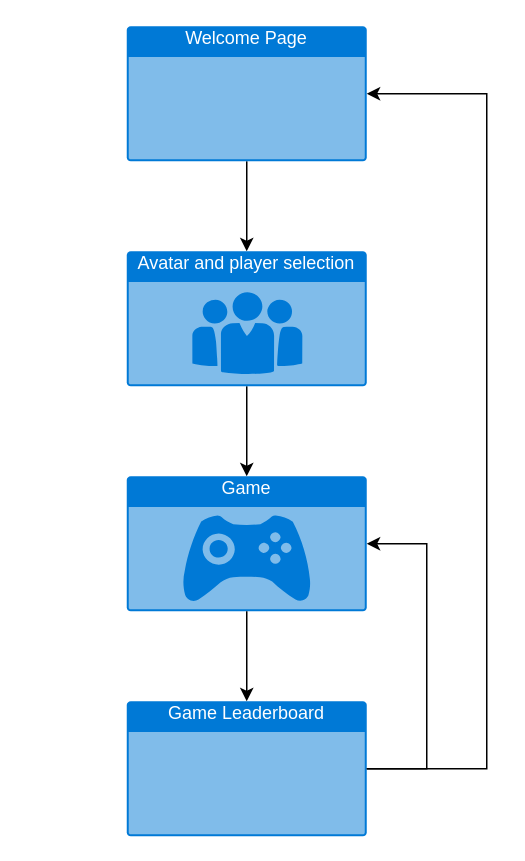
Above: src/welcomePage/ressources/draw.io/Game.drawio in FlorentEpiney/SunCity (draw.io), before the change. Source tidied: cells renumbered, new cells numbered last; positions are measured from the earlier drawing's top-left corner, leaving out a move shared by most shapes. Both pictures are drawn from the tidied source at 150%, with x=0, y=0 at pixel (126, 26).
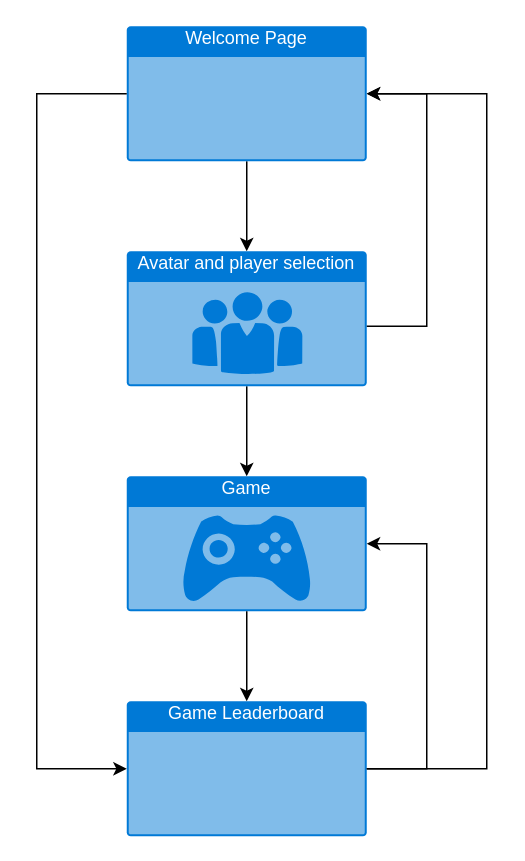
Above is the later version.

Diff of the diagram source:
```diff
@@
 <mxGraphModel>
   <root>
     <mxCell id="0" />
     <mxCell id="1" parent="0" />
     <mxCell id="2" style="edgeStyle=orthogonalEdgeStyle;rounded=0;jettySize=auto;html=1;exitX=0.5;exitY=1;exitDx=0;exitDy=0;exitPerimeter=0;" parent="1" edge="1" source="3" target="7">
       <mxGeometry relative="1" as="geometry" />
     </mxCell>
     <mxCell id="3" value="Welcome Page" style="html=1;whiteSpace=wrap;strokeColor=none;fillColor=#0079D6;labelPosition=center;verticalLabelPosition=middle;verticalAlign=top;align=center;fontSize=12;outlineConnect=0;spacingTop=-6;fontColor=#FFFFFF;sketch=0;shape=mxgraph.sitemap.page;" parent="1" vertex="1">
       <mxGeometry width="160" height="90" as="geometry" />
     </mxCell>
     <mxCell id="4" value="Game" style="html=1;whiteSpace=wrap;strokeColor=none;fillColor=#0079D6;labelPosition=center;verticalLabelPosition=middle;verticalAlign=top;align=center;fontSize=12;outlineConnect=0;spacingTop=-6;fontColor=#FFFFFF;sketch=0;shape=mxgraph.sitemap.game;" parent="1" vertex="1">
       <mxGeometry y="300" width="160" height="90" as="geometry" />
     </mxCell>
     <mxCell id="5" value="Game Leaderboard" style="html=1;whiteSpace=wrap;strokeColor=none;fillColor=#0079D6;labelPosition=center;verticalLabelPosition=middle;verticalAlign=top;align=center;fontSize=12;outlineConnect=0;spacingTop=-6;fontColor=#FFFFFF;sketch=0;shape=mxgraph.sitemap.page;" parent="1" vertex="1">
       <mxGeometry y="450" width="160" height="90" as="geometry" />
     </mxCell>
     <mxCell id="6" style="edgeStyle=orthogonalEdgeStyle;rounded=0;jettySize=auto;html=1;" parent="1" edge="1" source="7" target="4">
       <mxGeometry relative="1" as="geometry" />
     </mxCell>
     <mxCell id="7" value="Avatar and player selection" style="html=1;whiteSpace=wrap;strokeColor=none;fillColor=#0079D6;labelPosition=center;verticalLabelPosition=middle;verticalAlign=top;align=center;fontSize=12;outlineConnect=0;spacingTop=-6;fontColor=#FFFFFF;sketch=0;shape=mxgraph.sitemap.about_us;" parent="1" vertex="1">
       <mxGeometry y="150" width="160" height="90" as="geometry" />
     </mxCell>
     <mxCell id="8" style="edgeStyle=orthogonalEdgeStyle;rounded=0;jettySize=auto;html=1;entryX=0.5;entryY=0;entryDx=0;entryDy=0;entryPerimeter=0;" parent="1" edge="1" source="4" target="5">
       <mxGeometry relative="1" as="geometry" />
     </mxCell>
     <mxCell id="9" style="edgeStyle=orthogonalEdgeStyle;rounded=0;jettySize=auto;html=1;exitX=1;exitY=0.5;exitDx=0;exitDy=0;exitPerimeter=0;entryX=1;entryY=0.5;entryDx=0;entryDy=0;entryPerimeter=0;" parent="1" edge="1" source="5" target="4">
       <mxGeometry relative="1" as="geometry">
         <Array as="points">
           <mxPoint x="200" y="495" />
           <mxPoint x="200" y="345" />
         </Array>
       </mxGeometry>
     </mxCell>
     <mxCell id="10" style="edgeStyle=orthogonalEdgeStyle;rounded=0;jettySize=auto;html=1;entryX=1;entryY=0.5;entryDx=0;entryDy=0;entryPerimeter=0;" parent="1" edge="1" source="5" target="3">
       <mxGeometry relative="1" as="geometry">
         <Array as="points">
           <mxPoint x="240" y="495" />
           <mxPoint x="240" y="45" />
         </Array>
       </mxGeometry>
     </mxCell>
+    <mxCell id="11" style="edgeStyle=orthogonalEdgeStyle;rounded=0;jettySize=auto;html=1;exitX=0;exitY=0.5;exitDx=0;exitDy=0;exitPerimeter=0;entryX=0;entryY=0.5;entryDx=0;entryDy=0;entryPerimeter=0;" parent="1" edge="1" source="3" target="5">
+      <mxGeometry relative="1" as="geometry">
+        <Array as="points">
+          <mxPoint x="-60" y="45" />
+          <mxPoint x="-60" y="495" />
+        </Array>
+      </mxGeometry>
+    </mxCell>
+    <mxCell id="12" style="edgeStyle=orthogonalEdgeStyle;rounded=0;jettySize=auto;html=1;entryX=1;entryY=0.5;entryDx=0;entryDy=0;entryPerimeter=0;" parent="1" edge="1" source="7" target="3">
+      <mxGeometry relative="1" as="geometry">
+        <Array as="points">
+          <mxPoint x="200" y="200" />
+          <mxPoint x="200" y="45" />
+        </Array>
+      </mxGeometry>
+    </mxCell>
   </root>
 </mxGraphModel>
```
